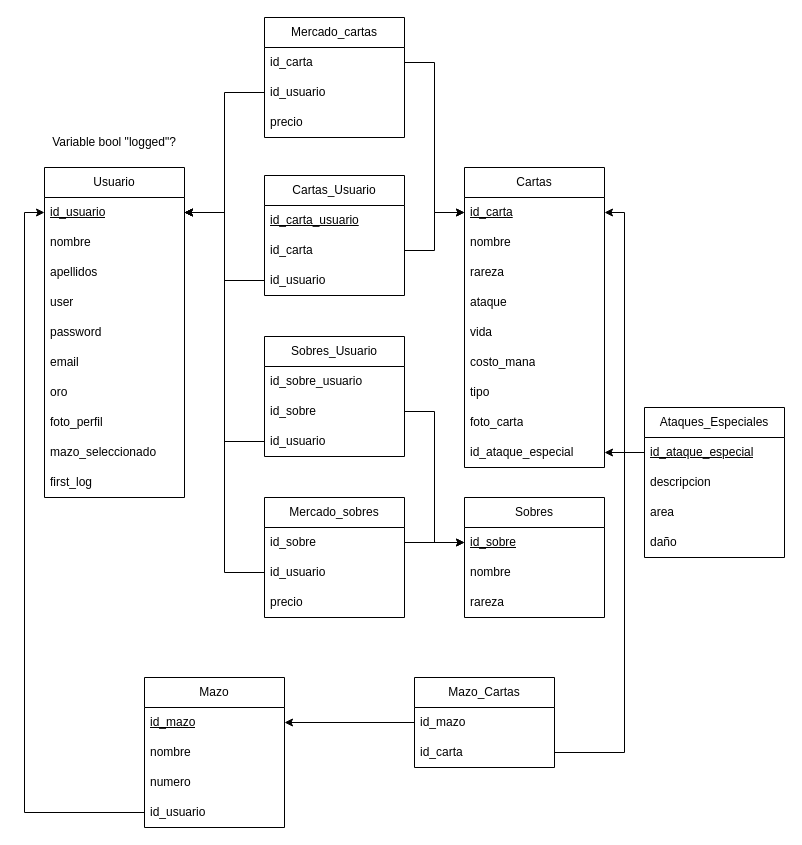
Earlier version of the draw.io diagram Diagramas/BBDD.drawio (MiguelGallardoRevaliente/ProjecteFinal). Source tidied: cells renumbered, new cells numbered last; positions are measured from the earlier drawing's top-left corner, leaving out a move shared by most shapes. Both pictures are drawn from the tidied source at 100%, with x=0, y=0 at pixel (44, 17).
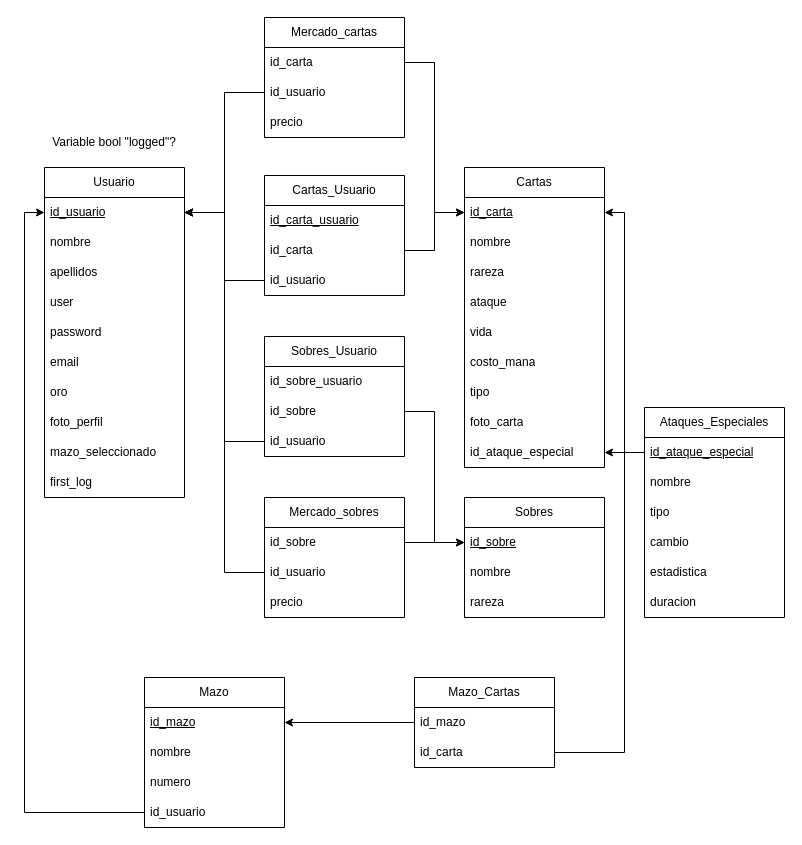
The same page after the edit.

The edit, as a diff of the source:
```diff
@@
     <mxCell id="63" value="Ataques_Especiales" style="swimlane;fontStyle=0;horizontal=1;startSize=30;whiteSpace=wrap;html=1;" parent="1" vertex="1">
-      <mxGeometry x="600" y="390" width="140" height="150" as="geometry" />
+      <mxGeometry x="600" y="390" width="140" height="210" as="geometry" />
     </mxCell>
@@
-    <mxCell id="65" value="descripcion" style="text;strokeColor=none;fillColor=none;align=left;verticalAlign=middle;spacingLeft=4;spacingRight=4;overflow=hidden;whiteSpace=wrap;html=1;" parent="63" vertex="1">
+    <mxCell id="65" value="nombre" style="text;strokeColor=none;fillColor=none;align=left;verticalAlign=middle;spacingLeft=4;spacingRight=4;overflow=hidden;whiteSpace=wrap;html=1;" parent="63" vertex="1">
       <mxGeometry y="60" width="140" height="30" as="geometry" />
     </mxCell>
-    <mxCell id="66" value="area" style="text;strokeColor=none;fillColor=none;align=left;verticalAlign=middle;spacingLeft=4;spacingRight=4;overflow=hidden;whiteSpace=wrap;html=1;" parent="63" vertex="1">
+    <mxCell id="66" value="tipo" style="text;strokeColor=none;fillColor=none;align=left;verticalAlign=middle;spacingLeft=4;spacingRight=4;overflow=hidden;whiteSpace=wrap;html=1;" parent="63" vertex="1">
       <mxGeometry y="90" width="140" height="30" as="geometry" />
     </mxCell>
-    <mxCell id="67" value="daño" style="text;strokeColor=none;fillColor=none;align=left;verticalAlign=middle;spacingLeft=4;spacingRight=4;overflow=hidden;whiteSpace=wrap;html=1;" parent="63" vertex="1">
+    <mxCell id="67" value="cambio" style="text;strokeColor=none;fillColor=none;align=left;verticalAlign=middle;spacingLeft=4;spacingRight=4;overflow=hidden;whiteSpace=wrap;html=1;" parent="63" vertex="1">
       <mxGeometry y="120" width="140" height="30" as="geometry" />
     </mxCell>
+    <mxCell id="69" value="estadistica" style="text;strokeColor=none;fillColor=none;align=left;verticalAlign=middle;spacingLeft=4;spacingRight=4;overflow=hidden;whiteSpace=wrap;html=1;" parent="63" vertex="1">
+      <mxGeometry y="150" width="140" height="30" as="geometry" />
+    </mxCell>
+    <mxCell id="70" value="duracion" style="text;strokeColor=none;fillColor=none;align=left;verticalAlign=middle;spacingLeft=4;spacingRight=4;overflow=hidden;whiteSpace=wrap;html=1;" parent="63" vertex="1">
+      <mxGeometry y="180" width="140" height="30" as="geometry" />
+    </mxCell>
```
